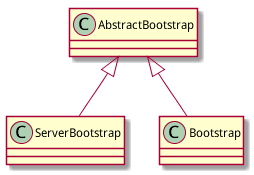
Above: assets/images/uml/bootstrap/bootstrap.png in uchuhimo/leaning-netty (PlantUML), before the change.
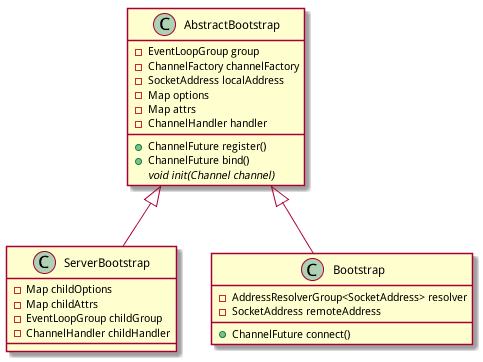
After the change.

Commit message:
add content for bootstrap

What changed in the source:
```diff
@@ -1,9 +1,26 @@
 @startuml
+
 class AbstractBootstrap{
+- EventLoopGroup group
+- ChannelFactory channelFactory
+- SocketAddress localAddress
+- Map options
+- Map attrs
+- ChannelHandler handler
++ ChannelFuture register()
++ ChannelFuture bind()
+{abstract} void init(Channel channel)
 }
 class ServerBootstrap{
+- Map childOptions
+- Map childAttrs
+- EventLoopGroup childGroup
+- ChannelHandler childHandler
 }
 class Bootstrap{
+- AddressResolverGroup<SocketAddress> resolver
+- SocketAddress remoteAddress
++ ChannelFuture connect()
 }
 
 AbstractBootstrap  		<|-- 	Bootstrap
```
